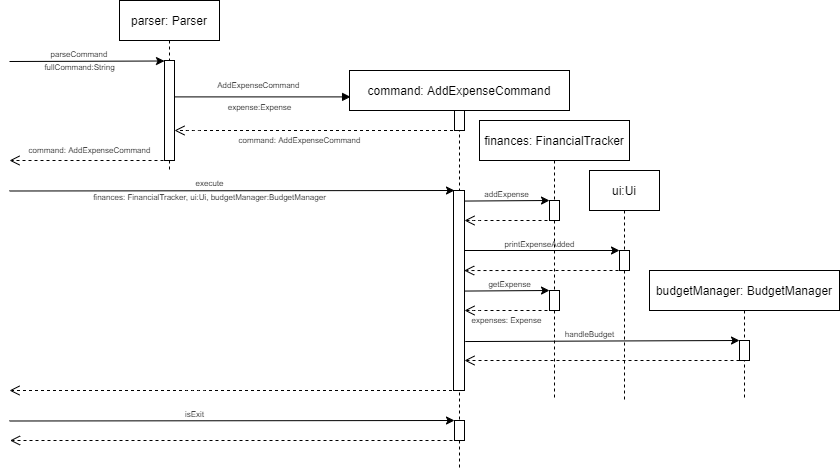
Before: docs/AddExpenseCommandSD.drawio.png, a diagram exported from draw.io (nus-cs2113-AY2122S1/tp). Source tidied: cells renumbered, new cells last; positions are measured from the earlier drawing's top-left corner, leaving out a move shared by most shapes.
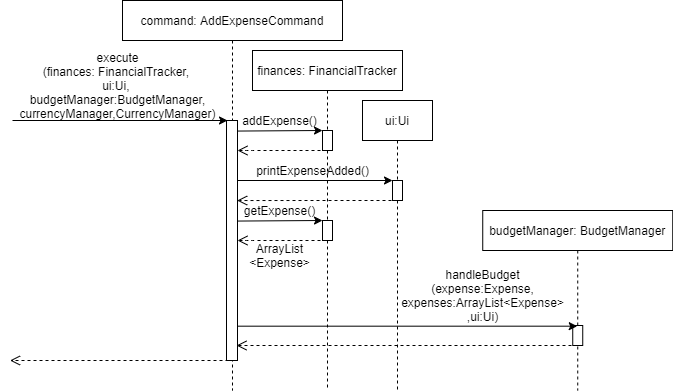
The same diagram one commit later.

What changed in the source:
```diff
@@ -2,68 +2,29 @@
   <root>
     <mxCell id="0" />
     <mxCell id="1" parent="0" />
-    <mxCell id="2" value="parser: Parser" style="shape=umlLifeline;perimeter=lifelinePerimeter;rounded=0;shadow=0;strokeWidth=1;fontSize=12;" parent="1" vertex="1">
-      <mxGeometry x="110" width="100" height="170" as="geometry" />
-    </mxCell>
-    <mxCell id="3" style="points=[];perimeter=orthogonalPerimeter;rounded=0;shadow=0;strokeWidth=1;" parent="2" vertex="1">
-      <mxGeometry x="45" y="60" width="10" height="100" as="geometry" />
-    </mxCell>
-    <mxCell id="4" style="endArrow=classic;html=1;rounded=0;entryX=0;entryY=0;entryDx=0;entryDy=0;" parent="2" edge="1">
-      <mxGeometry relative="1" as="geometry">
-        <mxPoint x="-110" y="190.5" as="sourcePoint" />
-        <mxPoint x="335" y="190" as="targetPoint" />
-      </mxGeometry>
-    </mxCell>
     <mxCell id="5" value="command: AddExpenseCommand" style="shape=umlLifeline;perimeter=lifelinePerimeter;rounded=0;shadow=0;strokeWidth=1;" parent="1" vertex="1">
-      <mxGeometry x="340" y="70" width="220" height="400" as="geometry" />
+      <mxGeometry x="340" y="70" width="220" height="390" as="geometry" />
     </mxCell>
-    <mxCell id="6" style="rounded=0;whiteSpace=wrap;html=1;fontSize=8;" parent="5" vertex="1">
-      <mxGeometry x="105" y="40" width="10" height="20" as="geometry" />
-    </mxCell>
     <mxCell id="7" style="rounded=0;whiteSpace=wrap;html=1;fontSize=8;" parent="5" vertex="1">
-      <mxGeometry x="104" y="120" width="11" height="200" as="geometry" />
+      <mxGeometry x="104" y="120" width="11" height="240" as="geometry" />
     </mxCell>
-    <mxCell id="8" style="rounded=0;whiteSpace=wrap;html=1;fontSize=8;" parent="5" vertex="1">
-      <mxGeometry x="105" y="350" width="10" height="20" as="geometry" />
-    </mxCell>
-    <mxCell id="9" style="verticalAlign=bottom;endArrow=open;dashed=1;endSize=8;shadow=0;strokeWidth=1;" parent="5" edge="1">
-      <mxGeometry relative="1" as="geometry">
-        <mxPoint x="115" y="370" as="sourcePoint" />
-        <mxPoint x="-339.5" y="370" as="targetPoint" />
-        <Array as="points">
-          <mxPoint x="-154.5" y="370" />
-        </Array>
-      </mxGeometry>
-    </mxCell>
-    <mxCell id="10" style="verticalAlign=bottom;endArrow=open;dashed=1;endSize=8;shadow=0;strokeWidth=1;" parent="1" edge="1" source="5" target="3">
-      <mxGeometry relative="1" as="geometry">
-        <Array as="points">
-          <mxPoint x="180" y="130" />
-        </Array>
-      </mxGeometry>
-    </mxCell>
-    <mxCell id="11" style="verticalAlign=bottom;endArrow=block;entryX=0.005;entryY=0.066;shadow=0;strokeWidth=1;entryDx=0;entryDy=0;entryPerimeter=0;" parent="1" edge="1" source="3" target="5">
-      <mxGeometry relative="1" as="geometry" />
-    </mxCell>
-    <mxCell id="12" style="endArrow=classic;html=1;rounded=0;entryX=0;entryY=0.005;entryDx=0;entryDy=0;entryPerimeter=0;" parent="1" edge="1" target="3">
-      <mxGeometry relative="1" as="geometry">
-        <mxPoint y="61" as="sourcePoint" />
-      </mxGeometry>
-    </mxCell>
-    <mxCell id="13" value="&lt;font style=&quot;font-size: 8px&quot;&gt;parseCommand&lt;/font&gt;" style="text;html=1;strokeColor=none;fillColor=none;align=center;verticalAlign=middle;whiteSpace=wrap;rounded=0;" parent="1" vertex="1">
-      <mxGeometry x="40" y="40" width="60" height="24" as="geometry" />
-    </mxCell>
-    <mxCell id="14" value="&lt;span style=&quot;font-size: 8px&quot;&gt;AddExpenseCommand&amp;nbsp;&lt;/span&gt;" style="text;html=1;align=center;verticalAlign=middle;strokeColor=none;fillColor=none;fontSize=12;" parent="1" vertex="1">
-      <mxGeometry x="200" y="73" width="100" height="20" as="geometry" />
-    </mxCell>
-    <mxCell id="15" style="verticalAlign=bottom;endArrow=open;dashed=1;endSize=8;shadow=0;strokeWidth=1;" parent="1" edge="1">
-      <mxGeometry relative="1" as="geometry">
-        <mxPoint x="160" y="160" as="sourcePoint" />
-        <mxPoint y="160" as="targetPoint" />
-      </mxGeometry>
-    </mxCell>
+    <mxCell id="38" style="verticalAlign=bottom;endArrow=open;dashed=1;endSize=8;shadow=0;strokeWidth=1;" parent="5" edge="1">
+      <mxGeometry relative="1" as="geometry">
+        <mxPoint x="112" y="360" as="sourcePoint" />
+        <mxPoint x="-112.5" y="360" as="targetPoint" />
+      </mxGeometry>
+    </mxCell>
+    <mxCell id="34" style="verticalAlign=bottom;endArrow=open;dashed=1;endSize=8;shadow=0;strokeWidth=1;" parent="5" edge="1">
+      <mxGeometry x="363" y="210" as="geometry">
+        <mxPoint x="455" y="345" as="sourcePoint" />
+        <mxPoint x="114" y="345" as="targetPoint" />
+        <Array as="points">
+          <mxPoint x="370" y="345" />
+        </Array>
+      </mxGeometry>
+    </mxCell>
     <mxCell id="16" value="finances: FinancialTracker" style="shape=umlLifeline;perimeter=lifelinePerimeter;rounded=0;shadow=0;strokeWidth=1;" parent="1" vertex="1">
-      <mxGeometry x="470" y="120" width="150" height="280" as="geometry" />
+      <mxGeometry x="470" y="120" width="150" height="340" as="geometry" />
     </mxCell>
     <mxCell id="17" style="rounded=0;whiteSpace=wrap;html=1;fontSize=8;" parent="16" vertex="1">
       <mxGeometry x="70" y="80" width="10" height="20" as="geometry" />
@@ -77,8 +38,8 @@
         </Array>
       </mxGeometry>
     </mxCell>
-    <mxCell id="19" value="addExpense" style="text;html=1;align=center;verticalAlign=middle;strokeColor=none;fillColor=none;fontSize=8;" parent="16" vertex="1">
-      <mxGeometry x="-3" y="64" width="60" height="20" as="geometry" />
+    <mxCell id="19" value="&lt;font style=&quot;font-size: 12px&quot;&gt;addExpense()&lt;/font&gt;" style="text;html=1;align=center;verticalAlign=middle;strokeColor=none;fillColor=none;fontSize=8;" parent="16" vertex="1">
+      <mxGeometry x="-18" y="60" width="90" height="20" as="geometry" />
     </mxCell>
     <mxCell id="20" style="verticalAlign=bottom;endArrow=open;dashed=1;endSize=8;shadow=0;strokeWidth=1;entryX=0.967;entryY=0.667;entryDx=0;entryDy=0;entryPerimeter=0;" parent="16" edge="1">
       <mxGeometry relative="1" as="geometry">
@@ -107,90 +68,51 @@
         </Array>
       </mxGeometry>
     </mxCell>
-    <mxCell id="24" value="getExpense" style="text;html=1;align=center;verticalAlign=middle;strokeColor=none;fillColor=none;fontSize=8;" parent="16" vertex="1">
-      <mxGeometry y="154" width="60" height="20" as="geometry" />
+    <mxCell id="24" value="&lt;font style=&quot;font-size: 12px&quot;&gt;getExpense()&lt;/font&gt;" style="text;html=1;align=center;verticalAlign=middle;strokeColor=none;fillColor=none;fontSize=8;" parent="16" vertex="1">
+      <mxGeometry x="-18" y="150" width="90" height="20" as="geometry" />
     </mxCell>
-    <mxCell id="25" value="expenses: Expense" style="text;html=1;align=center;verticalAlign=middle;strokeColor=none;fillColor=none;fontSize=8;" parent="16" vertex="1">
-      <mxGeometry x="-18" y="190" width="90" height="20" as="geometry" />
+    <mxCell id="25" value="&lt;font style=&quot;font-size: 12px&quot;&gt;ArrayList&lt;br&gt;&amp;lt;Expense&amp;gt;&lt;/font&gt;" style="text;html=1;align=center;verticalAlign=middle;strokeColor=none;fillColor=none;fontSize=8;" parent="16" vertex="1">
+      <mxGeometry x="-13" y="190" width="80" height="30" as="geometry" />
     </mxCell>
+    <mxCell id="40" value="&lt;font style=&quot;font-size: 12px&quot;&gt;printExpenseAdded()&lt;/font&gt;" style="text;html=1;align=center;verticalAlign=middle;strokeColor=none;fillColor=none;fontSize=8;" parent="16" vertex="1">
+      <mxGeometry x="-5" y="110" width="130" height="20" as="geometry" />
+    </mxCell>
     <mxCell id="26" style="endArrow=classic;html=1;rounded=0;fontSize=8;entryX=0;entryY=0;entryDx=0;entryDy=0;exitX=0.96;exitY=0.088;exitDx=0;exitDy=0;exitPerimeter=0;" parent="1" edge="1" target="17">
       <mxGeometry relative="1" as="geometry">
         <mxPoint x="454.6" y="200.6" as="sourcePoint" />
       </mxGeometry>
     </mxCell>
-    <mxCell id="27" value="expense:Expense" style="text;html=1;align=center;verticalAlign=middle;strokeColor=none;fillColor=none;fontSize=8;" parent="1" vertex="1">
-      <mxGeometry x="210" y="97" width="80" height="20" as="geometry" />
-    </mxCell>
-    <mxCell id="28" value="&lt;span&gt;fullCommand:String&lt;/span&gt;" style="text;html=1;align=center;verticalAlign=middle;strokeColor=none;fillColor=none;fontSize=8;" parent="1" vertex="1">
-      <mxGeometry x="25" y="57" width="90" height="20" as="geometry" />
-    </mxCell>
     <mxCell id="29" value="ui:Ui" style="shape=umlLifeline;perimeter=lifelinePerimeter;rounded=0;shadow=0;strokeWidth=1;" parent="1" vertex="1">
-      <mxGeometry x="580" y="170" width="70" height="230" as="geometry" />
+      <mxGeometry x="580" y="170" width="70" height="290" as="geometry" />
     </mxCell>
+    <mxCell id="31" value="budgetManager: BudgetManager" style="shape=umlLifeline;perimeter=lifelinePerimeter;rounded=0;shadow=0;strokeWidth=1;" parent="1" vertex="1">
+      <mxGeometry x="700.2" y="280" width="190" height="180" as="geometry" />
+    </mxCell>
+    <mxCell id="35" style="endArrow=classic;html=1;rounded=0;fontSize=8;entryX=0;entryY=0;entryDx=0;entryDy=0;exitX=1;exitY=0.5;exitDx=0;exitDy=0;" parent="1" edge="1" target="30">
+      <mxGeometry relative="1" as="geometry">
+        <mxPoint x="455" y="250" as="sourcePoint" />
+      </mxGeometry>
+    </mxCell>
+    <mxCell id="37" value="&lt;font style=&quot;font-size: 12px&quot;&gt;execute&lt;br&gt;(finances: FinancialTracker, &lt;br&gt;ui:Ui, &lt;br&gt;budgetManager:BudgetManager,&lt;br&gt;currencyManager,CurrencyManager)&lt;/font&gt;" style="text;html=1;align=center;verticalAlign=middle;strokeColor=none;fillColor=none;fontSize=8;" parent="1" vertex="1">
+      <mxGeometry x="230" y="125" width="210" height="60" as="geometry" />
+    </mxCell>
+    <mxCell id="39" value="&lt;font style=&quot;font-size: 12px&quot;&gt;handleBudget&lt;br&gt;(expense:Expense,&lt;br&gt;expenses:ArrayList&amp;lt;Expense&amp;gt;&lt;br&gt;,ui:Ui)&lt;/font&gt;" style="text;html=1;align=center;verticalAlign=middle;strokeColor=none;fillColor=none;fontSize=8;" parent="1" vertex="1">
+      <mxGeometry x="610" y="340" width="180" height="50" as="geometry" />
+    </mxCell>
+    <mxCell id="4" style="endArrow=classic;html=1;rounded=0;entryX=0;entryY=0;entryDx=0;entryDy=0;" parent="1" edge="1">
+      <mxGeometry x="120" y="50" as="geometry">
+        <mxPoint x="230" y="190" as="sourcePoint" />
+        <mxPoint x="445" y="190" as="targetPoint" />
+      </mxGeometry>
+    </mxCell>
-    <mxCell id="30" style="rounded=0;whiteSpace=wrap;html=1;fontSize=8;" parent="29" vertex="1">
-      <mxGeometry x="30" y="80" width="10" height="20" as="geometry" />
+    <mxCell id="30" style="rounded=0;whiteSpace=wrap;html=1;fontSize=8;" parent="1" vertex="1">
+      <mxGeometry x="610" y="250" width="10" height="20" as="geometry" />
     </mxCell>
-    <mxCell id="31" value="budgetManager: BudgetManager" style="shape=umlLifeline;perimeter=lifelinePerimeter;rounded=0;shadow=0;strokeWidth=1;" parent="1" vertex="1">
-      <mxGeometry x="640" y="270" width="190" height="130" as="geometry" />
-    </mxCell>
-    <mxCell id="32" style="rounded=0;whiteSpace=wrap;html=1;fontSize=8;" parent="31" vertex="1">
-      <mxGeometry x="90" y="70" width="10" height="20" as="geometry" />
+    <mxCell id="32" style="rounded=0;whiteSpace=wrap;html=1;fontSize=8;" parent="1" vertex="1">
+      <mxGeometry x="790.2" y="395" width="10" height="20" as="geometry" />
     </mxCell>
-    <mxCell id="33" style="endArrow=classic;html=1;rounded=0;fontSize=8;exitX=1.076;exitY=0.842;exitDx=0;exitDy=0;exitPerimeter=0;" parent="31" edge="1">
-      <mxGeometry relative="1" as="geometry">
-        <mxPoint x="-184.2" y="71" as="sourcePoint" />
-        <mxPoint x="90" y="70" as="targetPoint" />
-      </mxGeometry>
+    <mxCell id="33" style="endArrow=classic;html=1;rounded=0;fontSize=8;exitX=1.064;exitY=0.857;exitDx=0;exitDy=0;exitPerimeter=0;" parent="1" edge="1" source="7" target="31">
+      <mxGeometry x="660.2" y="330" as="geometry" />
     </mxCell>
-    <mxCell id="34" style="verticalAlign=bottom;endArrow=open;dashed=1;endSize=8;shadow=0;strokeWidth=1;entryX=1;entryY=1;entryDx=0;entryDy=0;" parent="31" edge="1">
-      <mxGeometry relative="1" as="geometry">
-        <mxPoint x="90" y="90" as="sourcePoint" />
-        <mxPoint x="-185" y="90" as="targetPoint" />
-        <Array as="points">
-          <mxPoint x="5" y="90" />
-        </Array>
-      </mxGeometry>
-    </mxCell>
-    <mxCell id="35" style="endArrow=classic;html=1;rounded=0;fontSize=8;entryX=0;entryY=0;entryDx=0;entryDy=0;exitX=1;exitY=0.5;exitDx=0;exitDy=0;" parent="1" edge="1" target="30">
-      <mxGeometry relative="1" as="geometry">
-        <mxPoint x="455" y="250" as="sourcePoint" />
-      </mxGeometry>
-    </mxCell>
-    <mxCell id="36" value="execute" style="text;html=1;align=center;verticalAlign=middle;strokeColor=none;fillColor=none;fontSize=8;" parent="1" vertex="1">
-      <mxGeometry x="180" y="173" width="40" height="20" as="geometry" />
-    </mxCell>
-    <mxCell id="37" value="finances: FinancialTracker, ui:Ui, budgetManager:BudgetManager" style="text;html=1;align=center;verticalAlign=middle;strokeColor=none;fillColor=none;fontSize=8;" parent="1" vertex="1">
-      <mxGeometry x="75" y="187" width="250" height="20" as="geometry" />
-    </mxCell>
-    <mxCell id="38" style="verticalAlign=bottom;endArrow=open;dashed=1;endSize=8;shadow=0;strokeWidth=1;" parent="1" edge="1">
-      <mxGeometry relative="1" as="geometry">
-        <mxPoint x="454.5" y="390" as="sourcePoint" />
-        <mxPoint y="390" as="targetPoint" />
-        <Array as="points">
-          <mxPoint x="185" y="390" />
-        </Array>
-      </mxGeometry>
-    </mxCell>
-    <mxCell id="39" value="handleBudget" style="text;html=1;align=center;verticalAlign=middle;strokeColor=none;fillColor=none;fontSize=8;" parent="1" vertex="1">
-      <mxGeometry x="550" y="324" width="60" height="20" as="geometry" />
-    </mxCell>
-    <mxCell id="40" value="printExpenseAdded" style="text;html=1;align=center;verticalAlign=middle;strokeColor=none;fillColor=none;fontSize=8;" parent="1" vertex="1">
-      <mxGeometry x="485" y="234" width="90" height="20" as="geometry" />
-    </mxCell>
-    <mxCell id="41" style="endArrow=classic;html=1;rounded=0;entryX=0;entryY=0;entryDx=0;entryDy=0;" parent="1" edge="1">
-      <mxGeometry relative="1" as="geometry">
-        <mxPoint y="420.5" as="sourcePoint" />
-        <mxPoint x="445" y="420" as="targetPoint" />
-      </mxGeometry>
-    </mxCell>
-    <mxCell id="42" value="isExit" style="text;html=1;align=center;verticalAlign=middle;strokeColor=none;fillColor=none;fontSize=8;" parent="1" vertex="1">
-      <mxGeometry x="170" y="404" width="30" height="20" as="geometry" />
-    </mxCell>
-    <mxCell id="43" value="command: AddExpenseCommand" style="text;html=1;align=center;verticalAlign=middle;strokeColor=none;fillColor=none;fontSize=8;" parent="1" vertex="1">
-      <mxGeometry x="10" y="140" width="140" height="20" as="geometry" />
-    </mxCell>
-    <mxCell id="44" value="command: AddExpenseCommand" style="text;html=1;align=center;verticalAlign=middle;strokeColor=none;fillColor=none;fontSize=8;" parent="1" vertex="1">
-      <mxGeometry x="220" y="130" width="140" height="20" as="geometry" />
-    </mxCell>
   </root>
 </mxGraphModel>
```
